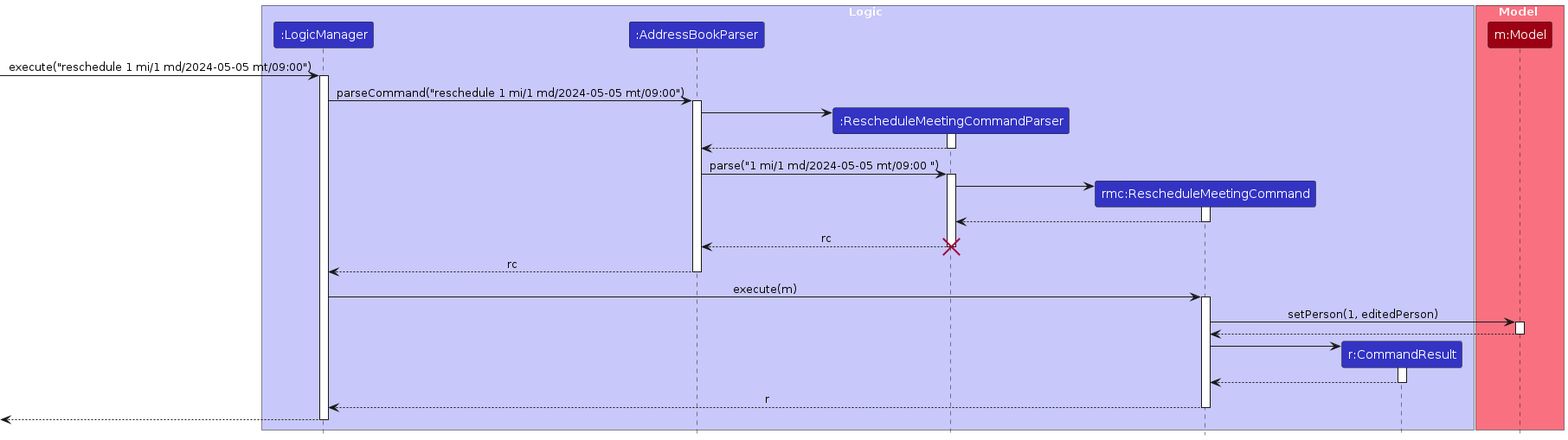
AY2324S2-CS2103T-T13-3/tp keeps this PlantUML diagram as diagrams/RescheduleSequenceDiagram.png. Above is the earlier version. Its source is kept beside it as diagrams/RescheduleSequenceDiagram.puml. Source of this version:
```plantuml
@startuml
!include style.puml
skinparam ArrowFontStyle plain

box Logic LOGIC_COLOR_T1
participant ":LogicManager" as LogicManager LOGIC_COLOR
participant ":AddressBookParser" as AddressBookParser LOGIC_COLOR
participant ":RescheduleMeetingCommandParser" as RescheduleMeetingCommandParser LOGIC_COLOR
participant "rmc:RescheduleMeetingCommand" as RescheduleMeetingCommand LOGIC_COLOR
participant "r:CommandResult" as CommandResult LOGIC_COLOR
end box

box Model MODEL_COLOR_T1
participant "m:Model" as Model MODEL_COLOR
end box

[-> LogicManager : execute("reschedule 1 mi/1 md/2024-05-05 mt/09:00")
activate LogicManager

LogicManager -> AddressBookParser : parseCommand("reschedule 1 mi/1 md/2024-05-05 mt/09:00")
activate AddressBookParser

create RescheduleMeetingCommandParser
AddressBookParser -> RescheduleMeetingCommandParser
activate RescheduleMeetingCommandParser

RescheduleMeetingCommandParser --> AddressBookParser
deactivate RescheduleMeetingCommandParser

AddressBookParser -> RescheduleMeetingCommandParser : parse("1 mi/1 md/2024-05-05 mt/09:00 ")
activate RescheduleMeetingCommandParser

create RescheduleMeetingCommand
RescheduleMeetingCommandParser -> RescheduleMeetingCommand
activate RescheduleMeetingCommand

RescheduleMeetingCommand --> RescheduleMeetingCommandParser :
deactivate RescheduleMeetingCommand

RescheduleMeetingCommandParser --> AddressBookParser : rc
deactivate RescheduleMeetingCommandParser

destroy RescheduleMeetingCommandParser

AddressBookParser --> LogicManager : rc
deactivate AddressBookParser

LogicManager -> RescheduleMeetingCommand : execute(m)
activate RescheduleMeetingCommand

RescheduleMeetingCommand -> Model : setPerson(1, editedPerson)
activate Model

Model --> RescheduleMeetingCommand
deactivate Model

create CommandResult
RescheduleMeetingCommand -> CommandResult
activate CommandResult

CommandResult --> RescheduleMeetingCommand
deactivate CommandResult

RescheduleMeetingCommand --> LogicManager : r
deactivate RescheduleMeetingCommand

[<--LogicManager
deactivate LogicManager
@enduml
```
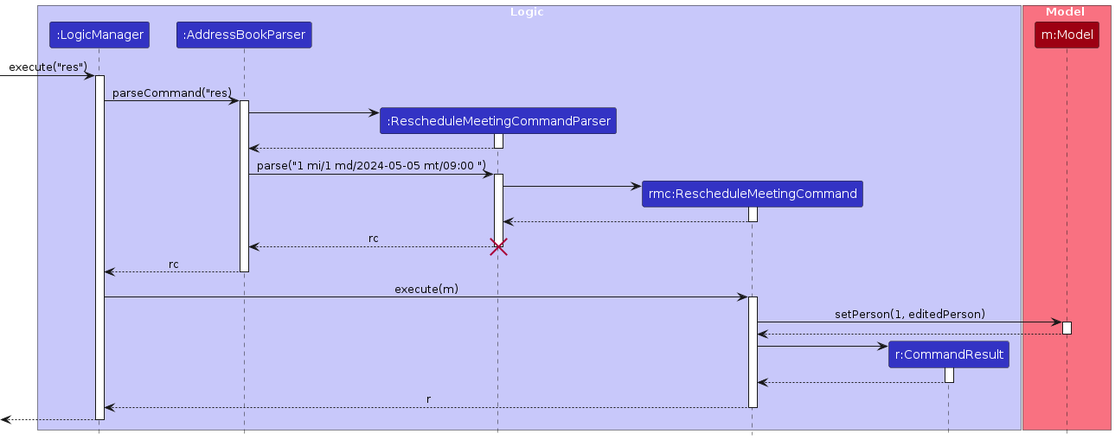
Later version of the same file.

The edit, as a diff of the source:
```diff
@@ -14,10 +14,10 @@
 participant "m:Model" as Model MODEL_COLOR
 end box
 
-[-> LogicManager : execute("reschedule 1 mi/1 md/2024-05-05 mt/09:00")
+[-> LogicManager : execute("res")
 activate LogicManager
 
-LogicManager -> AddressBookParser : parseCommand("reschedule 1 mi/1 md/2024-05-05 mt/09:00")
+LogicManager -> AddressBookParser : parseCommand("res)
 activate AddressBookParser
 
 create RescheduleMeetingCommandParser
```
